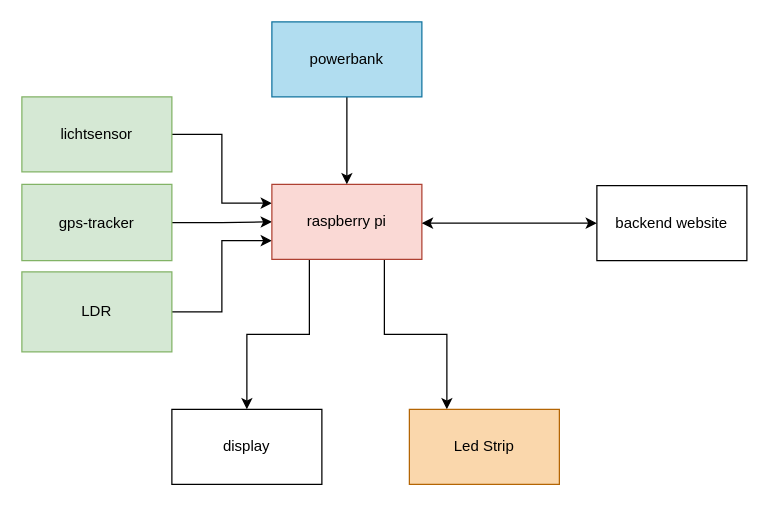
This is P1.drawio from VasilacheCosmin/flowchart-ux, a draw.io file, before an edit. Source tidied: cells renumbered, new cells numbered last; positions are measured from the earlier drawing's top-left corner, leaving out a move shared by most shapes. Both pictures are drawn from the tidied source at 125%, with x=0, y=0 at pixel (21, 21).
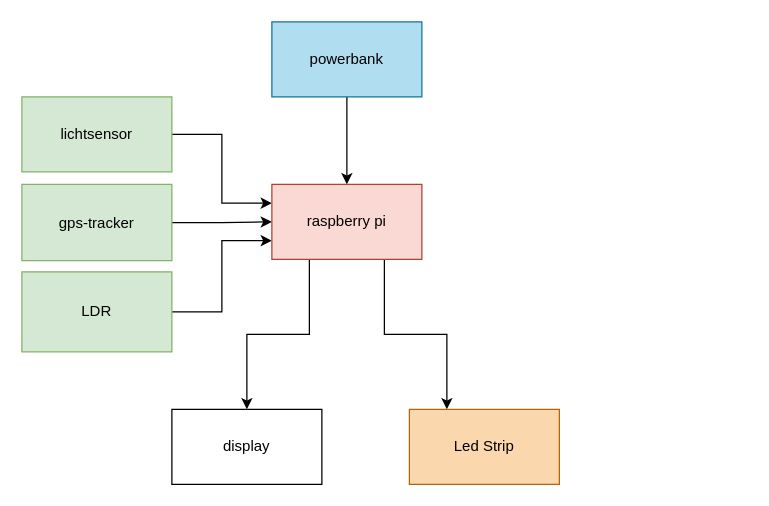
The same diagram, later.

Diff of the diagram source:
```diff
@@
 <mxGraphModel>
   <root>
     <mxCell id="0" />
     <mxCell id="1" parent="0" />
     <mxCell id="2" style="edgeStyle=orthogonalEdgeStyle;rounded=0;jettySize=auto;html=1;entryX=0;entryY=0.25;entryDx=0;entryDy=0;" parent="1" edge="1" source="3" target="10">
       <mxGeometry relative="1" as="geometry" />
     </mxCell>
     <mxCell id="3" value="&lt;div&gt;lichtsensor&lt;/div&gt;" style="rounded=0;whiteSpace=wrap;html=1;fillColor=#d5e8d4;strokeColor=#82b366;" parent="1" vertex="1">
       <mxGeometry y="60" width="120" height="60" as="geometry" />
     </mxCell>
     <mxCell id="4" style="edgeStyle=orthogonalEdgeStyle;rounded=0;jettySize=auto;html=1;entryX=0;entryY=0.5;entryDx=0;entryDy=0;" parent="1" edge="1" source="5" target="10">
       <mxGeometry relative="1" as="geometry" />
     </mxCell>
     <mxCell id="5" value="&lt;div&gt;gps-tracker&lt;/div&gt;" style="rounded=0;whiteSpace=wrap;html=1;fillColor=#d5e8d4;strokeColor=#82b366;" parent="1" vertex="1">
       <mxGeometry y="130" width="120" height="61" as="geometry" />
     </mxCell>
     <mxCell id="6" style="edgeStyle=orthogonalEdgeStyle;rounded=0;jettySize=auto;html=1;entryX=0;entryY=0.75;entryDx=0;entryDy=0;" parent="1" edge="1" source="7" target="10">
       <mxGeometry relative="1" as="geometry" />
     </mxCell>
     <mxCell id="7" value="LDR" style="rounded=0;whiteSpace=wrap;html=1;fillColor=#d5e8d4;strokeColor=#82b366;" parent="1" vertex="1">
       <mxGeometry y="200" width="120" height="64" as="geometry" />
     </mxCell>
     <mxCell id="8" style="edgeStyle=orthogonalEdgeStyle;rounded=0;jettySize=auto;html=1;exitX=0.25;exitY=1;exitDx=0;exitDy=0;entryX=0.5;entryY=0;entryDx=0;entryDy=0;" parent="1" edge="1" source="10" target="14">
       <mxGeometry relative="1" as="geometry" />
     </mxCell>
     <mxCell id="9" style="edgeStyle=orthogonalEdgeStyle;rounded=0;jettySize=auto;html=1;exitX=0.75;exitY=1;exitDx=0;exitDy=0;entryX=0.25;entryY=0;entryDx=0;entryDy=0;" parent="1" edge="1" source="10" target="15">
       <mxGeometry relative="1" as="geometry" />
     </mxCell>
     <mxCell id="10" value="raspberry pi" style="rounded=0;whiteSpace=wrap;html=1;fillColor=#fad9d5;strokeColor=#ae4132;" parent="1" vertex="1">
       <mxGeometry x="200" y="130" width="120" height="60" as="geometry" />
     </mxCell>
     <mxCell id="11" style="edgeStyle=orthogonalEdgeStyle;rounded=0;jettySize=auto;html=1;entryX=0.5;entryY=0;entryDx=0;entryDy=0;" parent="1" edge="1" source="12" target="10">
       <mxGeometry relative="1" as="geometry" />
     </mxCell>
     <mxCell id="12" value="powerbank" style="rounded=0;whiteSpace=wrap;html=1;fillColor=#b1ddf0;strokeColor=#10739e;" parent="1" vertex="1">
       <mxGeometry x="200" width="120" height="60" as="geometry" />
     </mxCell>
-    <mxCell id="13" value="backend website" style="rounded=0;whiteSpace=wrap;html=1;" parent="1" vertex="1">
-      <mxGeometry x="460" y="131" width="120" height="60" as="geometry" />
-    </mxCell>
     <mxCell id="14" value="display" style="rounded=0;whiteSpace=wrap;html=1;" parent="1" vertex="1">
       <mxGeometry x="120" y="310" width="120" height="60" as="geometry" />
     </mxCell>
     <mxCell id="15" value="Led Strip" style="rounded=0;whiteSpace=wrap;html=1;fillColor=#fad7ac;strokeColor=#b46504;" parent="1" vertex="1">
       <mxGeometry x="310" y="310" width="120" height="60" as="geometry" />
     </mxCell>
-    <mxCell id="16" style="endArrow=classic;startArrow=classic;html=1;rounded=0;entryX=0;entryY=0.5;entryDx=0;entryDy=0;" parent="1" edge="1" target="13">
-      <mxGeometry relative="1" as="geometry">
-        <mxPoint x="320" y="161" as="sourcePoint" />
-      </mxGeometry>
-    </mxCell>
   </root>
 </mxGraphModel>
```
